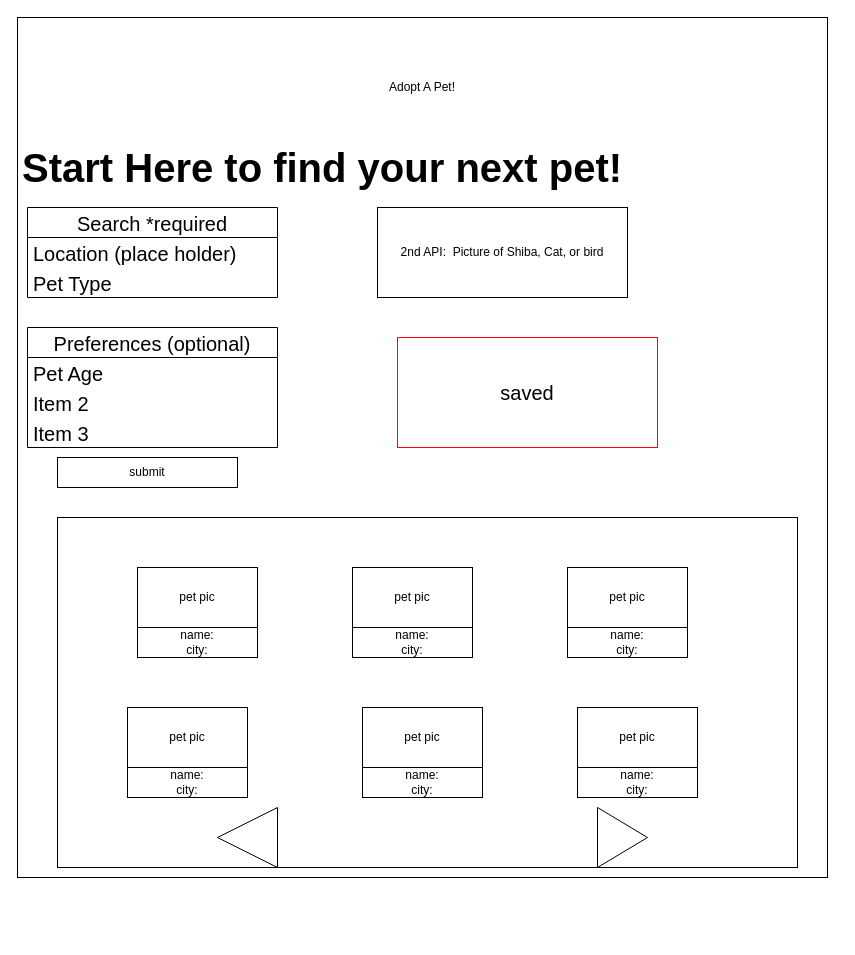
This is wireframe.drawio from cmullan602/adopt-a-pet, a draw.io file, before an edit. Source tidied: cells renumbered, new cells numbered last; positions are measured from the earlier drawing's top-left corner, leaving out a move shared by most shapes. Both pictures are drawn from the tidied source at 100%, with x=0, y=0 at pixel (17, 17).
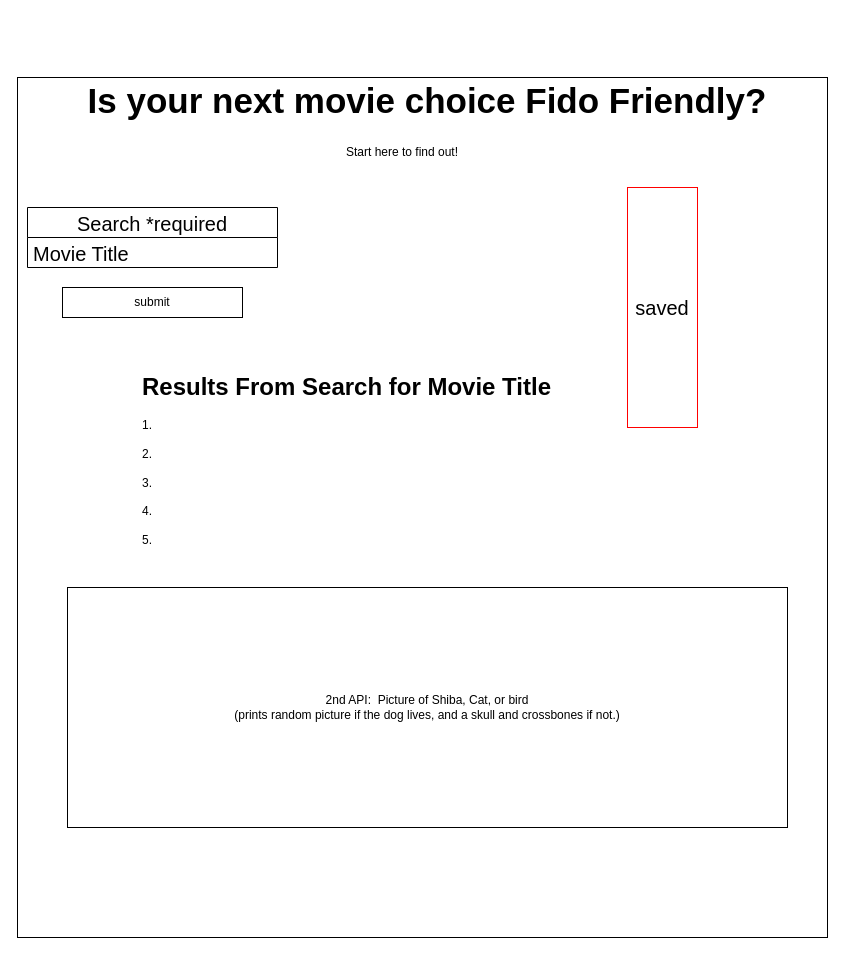
Above is the later version.

Commit message:
changed wireframe to reflect new website design idea.

Diff of the diagram source:
```diff
@@
     <mxCell id="2" style="rounded=0;whiteSpace=wrap;html=1;" parent="1" vertex="1">
-      <mxGeometry width="810" height="860" as="geometry" />
+      <mxGeometry y="60" width="810" height="860" as="geometry" />
     </mxCell>
-    <mxCell id="3" value="Adopt A Pet!" style="text;html=1;strokeColor=none;fillColor=none;align=center;verticalAlign=middle;whiteSpace=wrap;rounded=0;" parent="1" vertex="1">
-      <mxGeometry x="30" y="20" width="750" height="100" as="geometry" />
+    <mxCell id="3" value="Start here to find out!" style="text;html=1;strokeColor=none;fillColor=none;align=center;verticalAlign=middle;whiteSpace=wrap;rounded=0;" parent="1" vertex="1">
+      <mxGeometry x="10" y="110" width="750" height="50" as="geometry" />
     </mxCell>
-    <mxCell id="4" value="&lt;h1&gt;Start Here to find your next pet!&lt;/h1&gt;" style="text;html=1;strokeColor=none;fillColor=none;spacing=5;spacingTop=-20;whiteSpace=wrap;overflow=hidden;rounded=0;fontSize=20;" parent="1" vertex="1">
-      <mxGeometry y="110" width="790" height="70" as="geometry" />
+    <mxCell id="4" value="&lt;h1 style=&quot;font-size: 35px&quot;&gt;Is your next movie choice Fido Friendly?&lt;/h1&gt;" style="text;html=1;strokeColor=none;fillColor=none;spacing=5;spacingTop=-20;whiteSpace=wrap;overflow=hidden;rounded=0;fontSize=20;align=center;" parent="1" vertex="1">
+      <mxGeometry y="50" width="820" height="70" as="geometry" />
     </mxCell>
     <mxCell id="5" value="Search *required" style="swimlane;fontStyle=0;horizontal=1;startSize=30;fontSize=20;" parent="1" vertex="1">
-      <mxGeometry x="10" y="190" width="250" height="90" as="geometry" />
+      <mxGeometry x="10" y="190" width="250" height="60" as="geometry" />
     </mxCell>
-    <mxCell id="6" value="Location (place holder)" style="text;strokeColor=none;fillColor=none;align=left;verticalAlign=middle;spacingLeft=4;spacingRight=4;overflow=hidden;fontSize=20;" parent="5" vertex="1">
+    <mxCell id="6" value="Movie Title" style="text;strokeColor=none;fillColor=none;align=left;verticalAlign=middle;spacingLeft=4;spacingRight=4;overflow=hidden;fontSize=20;" parent="5" vertex="1">
       <mxGeometry y="30" width="250" height="30" as="geometry" />
     </mxCell>
-    <mxCell id="7" value="Pet Type" style="text;strokeColor=none;fillColor=none;align=left;verticalAlign=middle;spacingLeft=4;spacingRight=4;overflow=hidden;fontSize=20;" parent="5" vertex="1">
-      <mxGeometry y="60" width="250" height="30" as="geometry" />
-    </mxCell>
-    <mxCell id="8" value="Preferences (optional)" style="swimlane;fontStyle=0;horizontal=1;startSize=30;fontSize=20;" parent="1" vertex="1">
-      <mxGeometry x="10" y="310" width="250" height="120" as="geometry" />
-    </mxCell>
-    <mxCell id="9" value="Pet Age   " style="text;strokeColor=none;fillColor=none;align=left;verticalAlign=middle;spacingLeft=4;spacingRight=4;overflow=hidden;fontSize=20;" parent="8" vertex="1">
-      <mxGeometry y="30" width="250" height="30" as="geometry" />
-    </mxCell>
-    <mxCell id="10" value="Item 2" style="text;strokeColor=none;fillColor=none;align=left;verticalAlign=middle;spacingLeft=4;spacingRight=4;overflow=hidden;fontSize=20;" parent="8" vertex="1">
-      <mxGeometry y="60" width="250" height="30" as="geometry" />
-    </mxCell>
-    <mxCell id="11" value="Item 3" style="text;strokeColor=none;fillColor=none;align=left;verticalAlign=middle;spacingLeft=4;spacingRight=4;overflow=hidden;fontSize=20;" parent="8" vertex="1">
-      <mxGeometry y="90" width="250" height="30" as="geometry" />
-    </mxCell>
     <mxCell id="12" value="submit" style="rounded=0;whiteSpace=wrap;html=1;" parent="1" vertex="1">
-      <mxGeometry x="40" y="440" width="180" height="30" as="geometry" />
+      <mxGeometry x="45" y="270" width="180" height="30" as="geometry" />
     </mxCell>
-    <mxCell id="13" style="rounded=0;whiteSpace=wrap;html=1;" parent="1" vertex="1">
-      <mxGeometry x="40" y="500" width="740" height="350" as="geometry" />
-    </mxCell>
-    <mxCell id="14" value="pet pic" style="rounded=0;whiteSpace=wrap;html=1;" parent="1" vertex="1">
-      <mxGeometry x="120" y="550" width="120" height="60" as="geometry" />
-    </mxCell>
-    <mxCell id="15" value="pet pic" style="rounded=0;whiteSpace=wrap;html=1;" parent="1" vertex="1">
-      <mxGeometry x="335" y="550" width="120" height="60" as="geometry" />
-    </mxCell>
-    <mxCell id="16" value="&lt;span&gt;pet pic&lt;/span&gt;" style="rounded=0;whiteSpace=wrap;html=1;" parent="1" vertex="1">
-      <mxGeometry x="560" y="690" width="120" height="60" as="geometry" />
-    </mxCell>
-    <mxCell id="17" value="&lt;span&gt;pet pic&lt;/span&gt;" style="rounded=0;whiteSpace=wrap;html=1;" parent="1" vertex="1">
-      <mxGeometry x="345" y="690" width="120" height="60" as="geometry" />
-    </mxCell>
-    <mxCell id="18" value="&lt;span&gt;pet pic&lt;/span&gt;" style="rounded=0;whiteSpace=wrap;html=1;" parent="1" vertex="1">
-      <mxGeometry x="110" y="690" width="120" height="60" as="geometry" />
-    </mxCell>
-    <mxCell id="19" value="&lt;span&gt;pet pic&lt;/span&gt;" style="rounded=0;whiteSpace=wrap;html=1;" parent="1" vertex="1">
-      <mxGeometry x="550" y="550" width="120" height="60" as="geometry" />
-    </mxCell>
-    <mxCell id="20" style="triangle;whiteSpace=wrap;html=1;" parent="1" vertex="1">
-      <mxGeometry x="580" y="790" width="50" height="60" as="geometry" />
-    </mxCell>
-    <mxCell id="21" style="triangle;whiteSpace=wrap;html=1;direction=west;" parent="1" vertex="1">
-      <mxGeometry x="200" y="790" width="60" height="60" as="geometry" />
-    </mxCell>
-    <mxCell id="22" value="name:&lt;br&gt;city:" style="rounded=0;whiteSpace=wrap;html=1;" parent="1" vertex="1">
-      <mxGeometry x="120" y="610" width="120" height="30" as="geometry" />
-    </mxCell>
-    <mxCell id="23" value="name:&lt;br&gt;city:" style="rounded=0;whiteSpace=wrap;html=1;" parent="1" vertex="1">
-      <mxGeometry x="560" y="750" width="120" height="30" as="geometry" />
-    </mxCell>
-    <mxCell id="24" value="name:&lt;br&gt;city:" style="rounded=0;whiteSpace=wrap;html=1;" parent="1" vertex="1">
-      <mxGeometry x="345" y="750" width="120" height="30" as="geometry" />
-    </mxCell>
-    <mxCell id="25" value="name:&lt;br&gt;city:" style="rounded=0;whiteSpace=wrap;html=1;" parent="1" vertex="1">
-      <mxGeometry x="110" y="750" width="120" height="30" as="geometry" />
-    </mxCell>
-    <mxCell id="26" value="name:&lt;br&gt;city:" style="rounded=0;whiteSpace=wrap;html=1;" parent="1" vertex="1">
-      <mxGeometry x="550" y="610" width="120" height="30" as="geometry" />
-    </mxCell>
-    <mxCell id="27" value="name:&lt;br&gt;city:" style="rounded=0;whiteSpace=wrap;html=1;" parent="1" vertex="1">
-      <mxGeometry x="335" y="610" width="120" height="30" as="geometry" />
-    </mxCell>
-    <mxCell id="28" value="2nd API:&amp;nbsp; Picture of Shiba, Cat, or bird" style="rounded=0;whiteSpace=wrap;html=1;" parent="1" vertex="1">
-      <mxGeometry x="360" y="190" width="250" height="90" as="geometry" />
+    <mxCell id="28" value="2nd API:&amp;nbsp; Picture of Shiba, Cat, or bird&lt;br&gt;(prints random picture if the dog lives, and a skull and crossbones if not.)" style="rounded=0;whiteSpace=wrap;html=1;" parent="1" vertex="1">
+      <mxGeometry x="50" y="570" width="720" height="240" as="geometry" />
     </mxCell>
     <mxCell id="29" value="&lt;font style=&quot;font-size: 20px&quot;&gt;saved&lt;br&gt;&lt;/font&gt;" style="rounded=0;whiteSpace=wrap;html=1;fontSize=5;strokeColor=#FF0000;" parent="1" vertex="1">
-      <mxGeometry x="380" y="320" width="260" height="110" as="geometry" />
+      <mxGeometry x="610" y="170" width="70" height="240" as="geometry" />
     </mxCell>
+    <mxCell id="30" value="&lt;h1&gt;Results From Search for Movie Title&lt;/h1&gt;&lt;div&gt;1.&lt;/div&gt;&lt;div&gt;&lt;br&gt;&lt;/div&gt;&lt;div&gt;2.&lt;/div&gt;&lt;div&gt;&lt;br&gt;&lt;/div&gt;&lt;div&gt;3.&lt;/div&gt;&lt;div&gt;&lt;br&gt;&lt;/div&gt;&lt;div&gt;4.&lt;/div&gt;&lt;div&gt;&lt;br&gt;&lt;/div&gt;&lt;div&gt;5.&lt;/div&gt;&lt;div&gt;&lt;br&gt;&lt;/div&gt;&lt;div&gt;&lt;br&gt;&lt;/div&gt;" style="text;html=1;strokeColor=none;fillColor=none;spacing=5;spacingTop=-20;whiteSpace=wrap;overflow=hidden;rounded=0;" parent="1" vertex="1">
+      <mxGeometry x="120" y="350" width="425" height="190" as="geometry" />
+    </mxCell>
```
